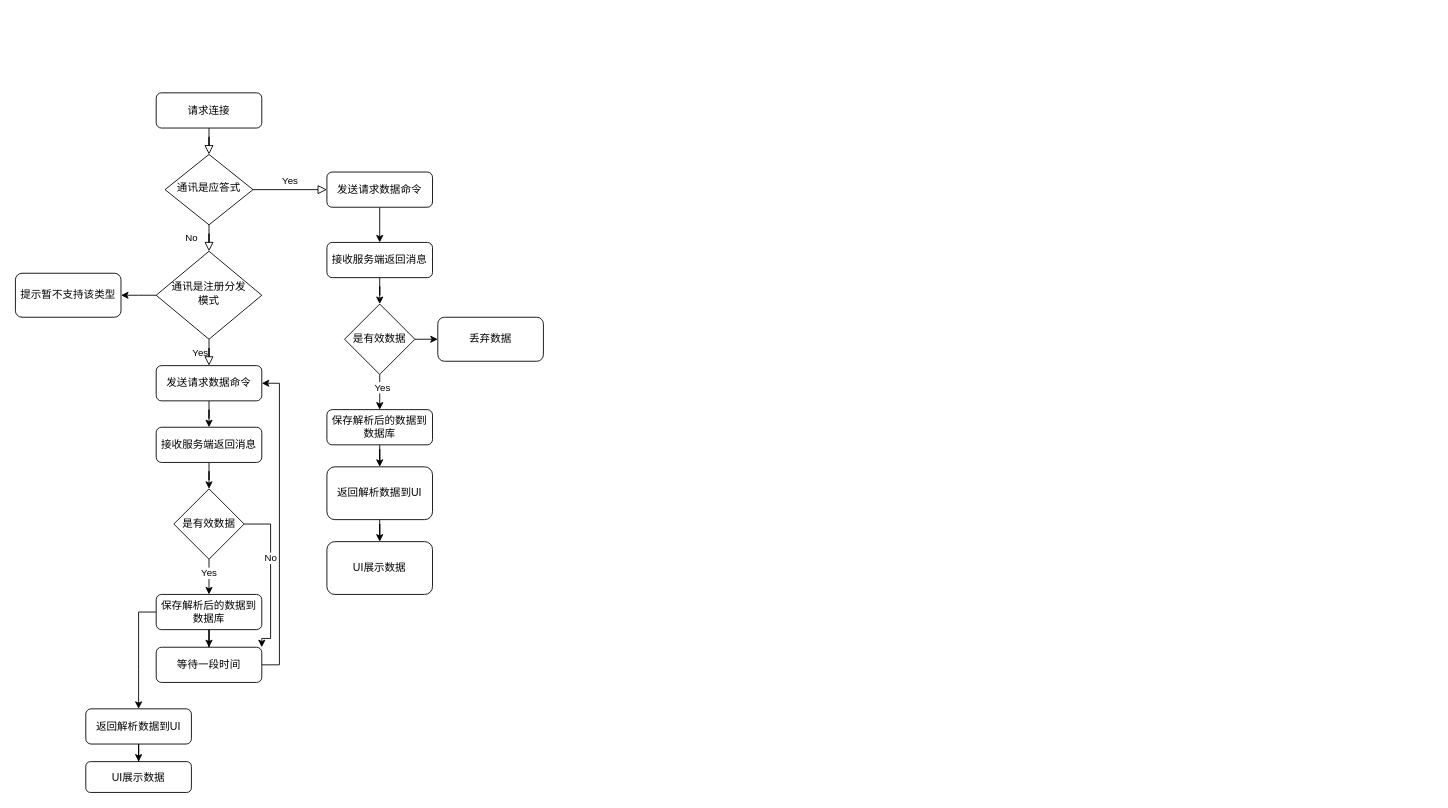
Before: 未命名绘图.drawio in SIGEER2222/1, a draw.io diagram. Source tidied: cells renumbered, new cells numbered last; positions are measured from the earlier drawing's top-left corner, leaving out a move shared by most shapes. Both pictures are drawn from the tidied source at 88%, with x=0, y=0 at pixel (15, 92).
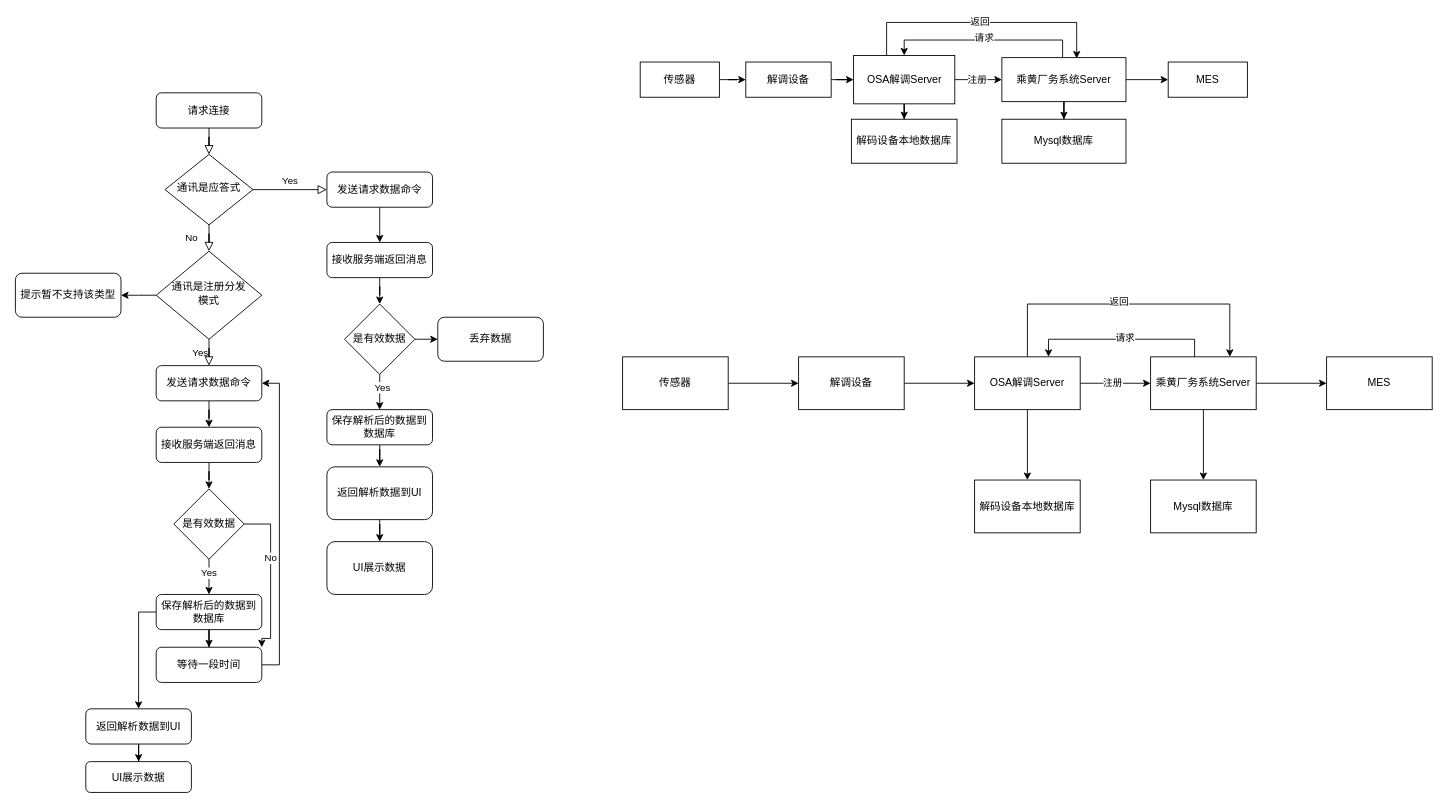
After the change.

Commit message:
更新未命名绘图.drawio

Diff of the diagram source:
```diff
@@
+    <mxCell id="42" style="edgeStyle=orthogonalEdgeStyle;rounded=0;jettySize=auto;html=1;" parent="1" edge="1" source="43" target="45">
+      <mxGeometry relative="1" as="geometry" />
+    </mxCell>
+    <mxCell id="43" value="传感器" style="rounded=0;whiteSpace=wrap;html=1;" parent="1" vertex="1">
+      <mxGeometry x="710" y="-35" width="90" height="40" as="geometry" />
+    </mxCell>
+    <mxCell id="44" style="edgeStyle=orthogonalEdgeStyle;rounded=0;jettySize=auto;html=1;" parent="1" edge="1" source="45" target="49">
+      <mxGeometry relative="1" as="geometry" />
+    </mxCell>
+    <mxCell id="45" value="解调设备" style="rounded=0;whiteSpace=wrap;html=1;" parent="1" vertex="1">
+      <mxGeometry x="830" y="-35" width="97" height="40" as="geometry" />
+    </mxCell>
+    <mxCell id="46" style="edgeStyle=orthogonalEdgeStyle;rounded=0;jettySize=auto;html=1;" parent="1" edge="1" source="49" target="50">
+      <mxGeometry relative="1" as="geometry" />
+    </mxCell>
+    <mxCell id="47" style="edgeStyle=orthogonalEdgeStyle;rounded=0;jettySize=auto;html=1;" parent="1" edge="1" source="49" target="56">
+      <mxGeometry relative="1" as="geometry" />
+    </mxCell>
+    <mxCell id="48" value="注册" style="edgeLabel;html=1;align=center;verticalAlign=middle;" parent="47" vertex="1">
+      <mxGeometry x="-0.07" y="1" relative="1" as="geometry" />
+    </mxCell>
+    <mxCell id="49" value="OSA解调Server" style="rounded=0;whiteSpace=wrap;html=1;" parent="1" vertex="1">
+      <mxGeometry x="952.5" y="-42.5" width="115" height="55" as="geometry" />
+    </mxCell>
+    <mxCell id="50" value="解码设备本地数据库" style="rounded=0;whiteSpace=wrap;html=1;" parent="1" vertex="1">
+      <mxGeometry x="950" y="30" width="120" height="50" as="geometry" />
+    </mxCell>
+    <mxCell id="51" style="edgeStyle=orthogonalEdgeStyle;rounded=0;jettySize=auto;html=1;" parent="1" edge="1" source="56" target="55">
+      <mxGeometry relative="1" as="geometry" />
+    </mxCell>
+    <mxCell id="52" style="edgeStyle=orthogonalEdgeStyle;rounded=0;jettySize=auto;html=1;" parent="1" edge="1" source="56" target="57">
+      <mxGeometry relative="1" as="geometry" />
+    </mxCell>
+    <mxCell id="53" style="edgeStyle=orthogonalEdgeStyle;rounded=0;jettySize=auto;html=1;entryX=0.5;entryY=0;entryDx=0;entryDy=0;" parent="1" edge="1" source="56" target="49">
+      <mxGeometry relative="1" as="geometry">
+        <Array as="points">
+          <mxPoint x="1190" y="-60" />
+          <mxPoint x="1010" y="-60" />
+        </Array>
+      </mxGeometry>
+    </mxCell>
+    <mxCell id="54" value="请求" style="edgeLabel;html=1;align=center;verticalAlign=middle;" parent="53" vertex="1">
+      <mxGeometry x="0.01" y="-3" relative="1" as="geometry" />
+    </mxCell>
+    <mxCell id="55" value="Mysql数据库" style="rounded=0;whiteSpace=wrap;html=1;" parent="1" vertex="1">
+      <mxGeometry x="1121" y="30" width="141" height="50" as="geometry" />
+    </mxCell>
+    <mxCell id="56" value="乘黄厂务系统Server" style="rounded=0;whiteSpace=wrap;html=1;" parent="1" vertex="1">
+      <mxGeometry x="1121" y="-40" width="141" height="50" as="geometry" />
+    </mxCell>
+    <mxCell id="57" value="MES" style="rounded=0;whiteSpace=wrap;html=1;" parent="1" vertex="1">
+      <mxGeometry x="1310" y="-35" width="90" height="40" as="geometry" />
+    </mxCell>
+    <mxCell id="58" style="edgeStyle=orthogonalEdgeStyle;rounded=0;jettySize=auto;html=1;entryX=0.603;entryY=0.02;entryDx=0;entryDy=0;entryPerimeter=0;" parent="1" edge="1" source="49" target="56">
+      <mxGeometry relative="1" as="geometry">
+        <Array as="points">
+          <mxPoint x="990" y="-80" />
+          <mxPoint x="1206" y="-80" />
+        </Array>
+      </mxGeometry>
+    </mxCell>
+    <mxCell id="59" value="返回" style="edgeLabel;html=1;align=center;verticalAlign=middle;" parent="58" vertex="1">
+      <mxGeometry x="-0.03" y="2" relative="1" as="geometry" />
+    </mxCell>
+    <mxCell id="60" style="edgeStyle=orthogonalEdgeStyle;rounded=0;jettySize=auto;html=1;" parent="1" edge="1" source="61" target="63">
+      <mxGeometry relative="1" as="geometry" />
+    </mxCell>
+    <mxCell id="61" value="传感器" style="rounded=0;whiteSpace=wrap;html=1;" parent="1" vertex="1">
+      <mxGeometry x="690" y="300" width="120" height="60" as="geometry" />
+    </mxCell>
+    <mxCell id="62" style="edgeStyle=orthogonalEdgeStyle;rounded=0;jettySize=auto;html=1;" parent="1" edge="1" source="63" target="69">
+      <mxGeometry relative="1" as="geometry" />
+    </mxCell>
+    <mxCell id="63" value="解调设备" style="rounded=0;whiteSpace=wrap;html=1;" parent="1" vertex="1">
+      <mxGeometry x="890" y="300" width="120" height="60" as="geometry" />
+    </mxCell>
+    <mxCell id="64" style="edgeStyle=orthogonalEdgeStyle;rounded=0;jettySize=auto;html=1;" parent="1" edge="1" source="69" target="72">
+      <mxGeometry relative="1" as="geometry" />
+    </mxCell>
+    <mxCell id="65" value="注册" style="edgeLabel;html=1;align=center;verticalAlign=middle;" parent="64" vertex="1">
+      <mxGeometry x="-0.1" y="1" relative="1" as="geometry" />
+    </mxCell>
+    <mxCell id="66" style="edgeStyle=orthogonalEdgeStyle;rounded=0;jettySize=auto;html=1;" parent="1" edge="1" source="69" target="74">
+      <mxGeometry relative="1" as="geometry" />
+    </mxCell>
+    <mxCell id="67" style="edgeStyle=orthogonalEdgeStyle;rounded=0;jettySize=auto;html=1;entryX=0.75;entryY=0;entryDx=0;entryDy=0;" parent="1" edge="1" source="69" target="72">
+      <mxGeometry relative="1" as="geometry">
+        <Array as="points">
+          <mxPoint x="1150" y="240" />
+          <mxPoint x="1380" y="240" />
+        </Array>
+      </mxGeometry>
+    </mxCell>
+    <mxCell id="68" value="返回" style="edgeLabel;html=1;align=center;verticalAlign=middle;" parent="67" vertex="1">
+      <mxGeometry x="-0.07" y="3" relative="1" as="geometry" />
+    </mxCell>
+    <mxCell id="69" value="OSA解调Server" style="rounded=0;whiteSpace=wrap;html=1;" parent="1" vertex="1">
+      <mxGeometry x="1090" y="300" width="120" height="60" as="geometry" />
+    </mxCell>
+    <mxCell id="70" style="edgeStyle=orthogonalEdgeStyle;rounded=0;jettySize=auto;html=1;" parent="1" edge="1" source="72" target="73">
+      <mxGeometry relative="1" as="geometry" />
+    </mxCell>
+    <mxCell id="71" style="edgeStyle=orthogonalEdgeStyle;rounded=0;jettySize=auto;html=1;" parent="1" edge="1" source="72" target="75">
+      <mxGeometry relative="1" as="geometry" />
+    </mxCell>
+    <mxCell id="72" value="乘黄厂务系统Server" style="rounded=0;whiteSpace=wrap;html=1;" parent="1" vertex="1">
+      <mxGeometry x="1290" y="300" width="120" height="60" as="geometry" />
+    </mxCell>
+    <mxCell id="73" value="MES" style="rounded=0;whiteSpace=wrap;html=1;" parent="1" vertex="1">
+      <mxGeometry x="1490" y="300" width="120" height="60" as="geometry" />
+    </mxCell>
+    <mxCell id="74" value="解码设备本地数据库" style="rounded=0;whiteSpace=wrap;html=1;" parent="1" vertex="1">
+      <mxGeometry x="1090" y="440" width="120" height="60" as="geometry" />
+    </mxCell>
+    <mxCell id="75" value="Mysql数据库" style="rounded=0;whiteSpace=wrap;html=1;" parent="1" vertex="1">
+      <mxGeometry x="1290" y="440" width="120" height="60" as="geometry" />
+    </mxCell>
+    <mxCell id="76" style="edgeStyle=orthogonalEdgeStyle;rounded=0;jettySize=auto;html=1;entryX=0.7;entryY=0;entryDx=0;entryDy=0;entryPerimeter=0;" parent="1" edge="1" source="72" target="69">
+      <mxGeometry relative="1" as="geometry">
+        <Array as="points">
+          <mxPoint x="1340" y="280" />
+          <mxPoint x="1174" y="280" />
+        </Array>
+      </mxGeometry>
+    </mxCell>
+    <mxCell id="77" value="请求" style="edgeLabel;html=1;align=center;verticalAlign=middle;" parent="76" vertex="1">
+      <mxGeometry x="-0.03" y="-2" relative="1" as="geometry" />
+    </mxCell>
```
